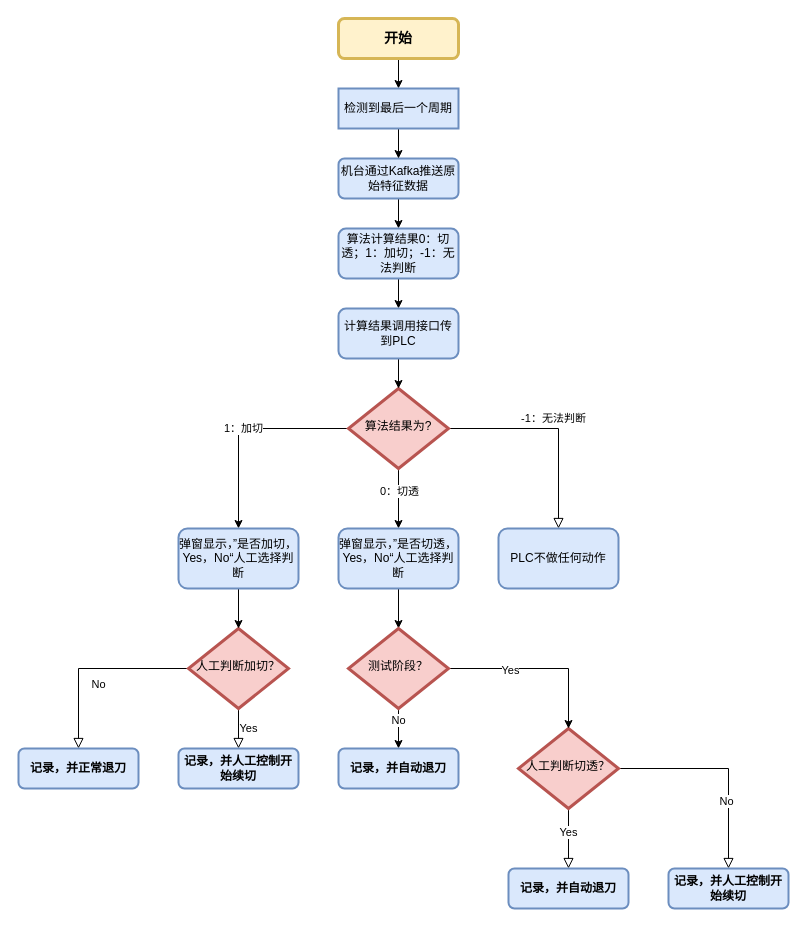
naivea/graph keeps this draw.io diagram as 流程图.drawio. Above is the earlier version. Source tidied: cells renumbered, new cells numbered last; positions are measured from the earlier drawing's top-left corner, leaving out a move shared by most shapes. Both pictures are drawn from the tidied source at 100%, with x=0, y=0 at pixel (18, 18).
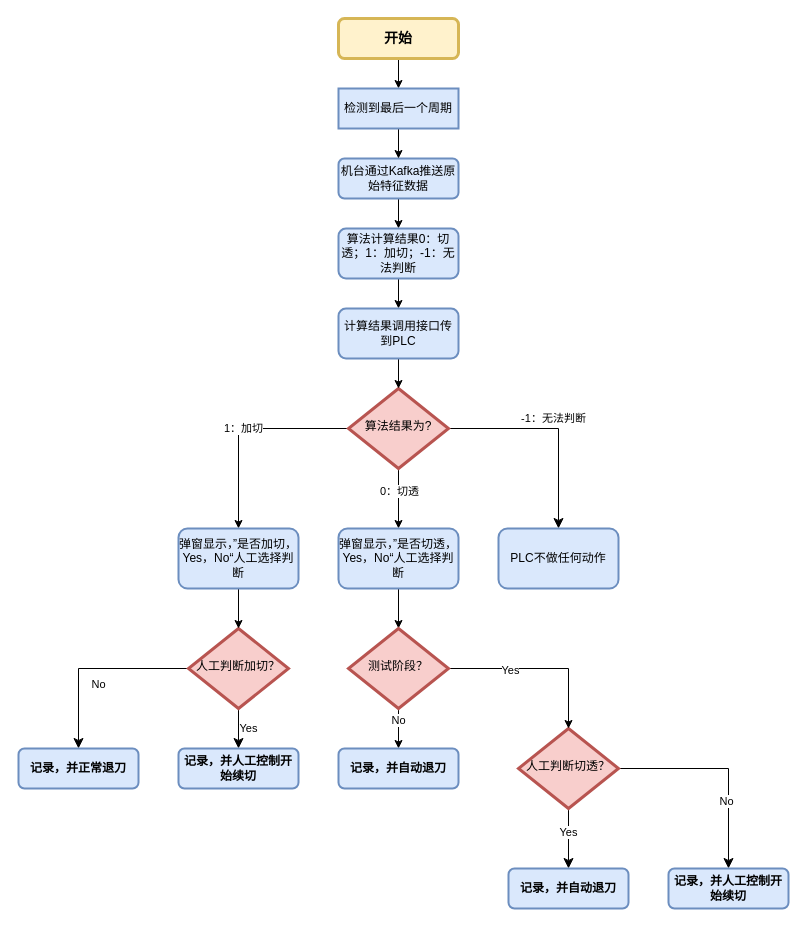
Above is the later version.

Commit message:
更新流程图.drawio

The change refers to these unchanged cells:
```xml
<mxCell id="8" value="算法结果为?" style="rhombus;whiteSpace=wrap;html=1;shadow=0;fontFamily=Helvetica;fontSize=12;align=center;strokeWidth=3;spacing=6;spacingTop=-4;fillColor=#f8cecc;strokeColor=#b85450;" parent="1" vertex="1">
  <mxGeometry x="330" y="370" width="100" height="80" as="geometry" />
</mxCell>
<mxCell id="9" value="PLC不做任何动作" style="rounded=1;whiteSpace=wrap;html=1;fontSize=12;glass=0;strokeWidth=2;shadow=0;fillColor=#dae8fc;strokeColor=#6c8ebf;" parent="1" vertex="1">
  <mxGeometry x="480" y="510" width="120" height="60" as="geometry" />
</mxCell>
<mxCell id="12" value="人工判断加切？" style="rhombus;whiteSpace=wrap;html=1;shadow=0;fontFamily=Helvetica;fontSize=12;align=center;strokeWidth=3;spacing=6;spacingTop=-4;fillColor=#f8cecc;strokeColor=#b85450;" parent="1" vertex="1">
  <mxGeometry x="170" y="610" width="100" height="80" as="geometry" />
</mxCell>
<mxCell id="13" value="记录，并正常退刀" style="rounded=1;whiteSpace=wrap;html=1;fontSize=12;glass=0;strokeWidth=2;shadow=0;fillColor=#dae8fc;strokeColor=#6c8ebf;fontStyle=1;" parent="1" vertex="1">
  <mxGeometry y="730" width="120" height="40" as="geometry" />
</mxCell>
<mxCell id="14" value="记录，并人工控制开始续切" style="rounded=1;whiteSpace=wrap;html=1;fontSize=12;glass=0;strokeWidth=2;shadow=0;fillColor=#dae8fc;strokeColor=#6c8ebf;fontStyle=1;" parent="1" vertex="1">
  <mxGeometry x="160" y="730" width="120" height="40" as="geometry" />
</mxCell>
<mxCell id="16" value="开始" style="rounded=1;whiteSpace=wrap;html=1;fillColor=#fff2cc;strokeColor=#d6b656;strokeWidth=3;fontStyle=1;fontSize=14;" parent="1" vertex="1">
  <mxGeometry x="320" width="120" height="40" as="geometry" />
</mxCell>
<mxCell id="18" value="检测到最后一个周期" style="rounded=0;whiteSpace=wrap;html=1;fillColor=#dae8fc;strokeColor=#6c8ebf;strokeWidth=2;" parent="1" vertex="1">
  <mxGeometry x="320" y="70" width="120" height="40" as="geometry" />
</mxCell>
<mxCell id="31" value="人工判断切透？" style="rhombus;whiteSpace=wrap;html=1;shadow=0;fontFamily=Helvetica;fontSize=12;align=center;strokeWidth=3;spacing=6;spacingTop=-4;fillColor=#f8cecc;strokeColor=#b85450;" parent="1" vertex="1">
  <mxGeometry x="500" y="710" width="100" height="80" as="geometry" />
</mxCell>
<mxCell id="32" value="记录，并人工控制开始续切" style="rounded=1;whiteSpace=wrap;html=1;fontSize=12;glass=0;strokeWidth=2;shadow=0;fillColor=#dae8fc;strokeColor=#6c8ebf;fontStyle=1;" parent="1" vertex="1">
  <mxGeometry x="650" y="850" width="120" height="40" as="geometry" />
</mxCell>
<mxCell id="33" value="记录，并自动退刀" style="rounded=1;whiteSpace=wrap;html=1;fontSize=12;glass=0;strokeWidth=2;shadow=0;fillColor=#dae8fc;strokeColor=#6c8ebf;fontStyle=1;" parent="1" vertex="1">
  <mxGeometry x="490" y="850" width="120" height="40" as="geometry" />
</mxCell>
```

The edit, as a diff of the source:
```diff
@@
-    <mxCell id="4" value="-1：无法判断" style="edgeStyle=orthogonalEdgeStyle;rounded=0;html=1;jettySize=auto;fontSize=11;endArrow=block;endFill=0;endSize=8;strokeWidth=1;shadow=0;labelBackgroundColor=none;" parent="1" edge="1" source="8" target="9">
+    <mxCell id="4" value="-1：无法判断" style="edgeStyle=orthogonalEdgeStyle;rounded=0;html=1;jettySize=auto;fontSize=11;endArrow=classic;endFill=1;endSize=8;strokeWidth=1;shadow=0;labelBackgroundColor=none;" parent="1" edge="1" source="8" target="9">
       <mxGeometry y="10" relative="1" as="geometry" />
     </mxCell>
@@
-    <mxCell id="10" value="No" style="rounded=0;html=1;jettySize=auto;fontSize=11;endArrow=block;endFill=0;endSize=8;strokeWidth=1;shadow=0;labelBackgroundColor=none;edgeStyle=orthogonalEdgeStyle;" parent="1" edge="1" source="12" target="13">
+    <mxCell id="10" value="No" style="rounded=0;html=1;jettySize=auto;fontSize=11;endArrow=classic;endFill=1;endSize=8;strokeWidth=1;shadow=0;labelBackgroundColor=none;edgeStyle=orthogonalEdgeStyle;" parent="1" edge="1" source="12" target="13">
       <mxGeometry x="0.33" y="20" relative="1" as="geometry" />
     </mxCell>
-    <mxCell id="11" value="Yes" style="edgeStyle=orthogonalEdgeStyle;rounded=0;html=1;jettySize=auto;fontSize=11;endArrow=block;endFill=0;endSize=8;strokeWidth=1;shadow=0;labelBackgroundColor=none;" parent="1" edge="1" source="12" target="14">
+    <mxCell id="11" value="Yes" style="edgeStyle=orthogonalEdgeStyle;rounded=0;html=1;jettySize=auto;fontSize=11;endArrow=classic;endFill=1;endSize=8;strokeWidth=1;shadow=0;labelBackgroundColor=none;" parent="1" edge="1" source="12" target="14">
       <mxGeometry y="10" relative="1" as="geometry" />
     </mxCell>
@@
-    <mxCell id="15" style="edgeStyle=orthogonalEdgeStyle;rounded=0;jettySize=auto;html=1;exitX=0.5;exitY=1;exitDx=0;exitDy=0;entryX=0.5;entryY=0;entryDx=0;entryDy=0;" parent="1" edge="1" source="16" target="18">
+    <mxCell id="15" style="edgeStyle=orthogonalEdgeStyle;rounded=0;jettySize=auto;html=1;exitX=0.5;exitY=1;exitDx=0;exitDy=0;entryX=0.5;entryY=0;entryDx=0;entryDy=0;endArrow=classic;endFill=1;" parent="1" edge="1" source="16" target="18">
       <mxGeometry relative="1" as="geometry" />
     </mxCell>
@@
-    <mxCell id="27" style="rounded=0;html=1;jettySize=auto;fontSize=11;endArrow=block;endFill=0;endSize=8;strokeWidth=1;shadow=0;labelBackgroundColor=none;edgeStyle=orthogonalEdgeStyle;" parent="1" edge="1" source="31" target="32">
+    <mxCell id="27" style="rounded=0;html=1;jettySize=auto;fontSize=11;endArrow=classic;endFill=1;endSize=8;strokeWidth=1;shadow=0;labelBackgroundColor=none;edgeStyle=orthogonalEdgeStyle;" parent="1" edge="1" source="31" target="32">
       <mxGeometry x="0.33" y="20" relative="1" as="geometry" />
     </mxCell>
@@
-    <mxCell id="29" style="edgeStyle=orthogonalEdgeStyle;rounded=0;html=1;jettySize=auto;fontSize=11;endArrow=block;endFill=0;endSize=8;strokeWidth=1;shadow=0;labelBackgroundColor=none;" parent="1" edge="1" source="31" target="33">
+    <mxCell id="29" style="edgeStyle=orthogonalEdgeStyle;rounded=0;html=1;jettySize=auto;fontSize=11;endArrow=classic;endFill=1;endSize=8;strokeWidth=1;shadow=0;labelBackgroundColor=none;" parent="1" edge="1" source="31" target="33">
       <mxGeometry y="10" relative="1" as="geometry" />
     </mxCell>
```
